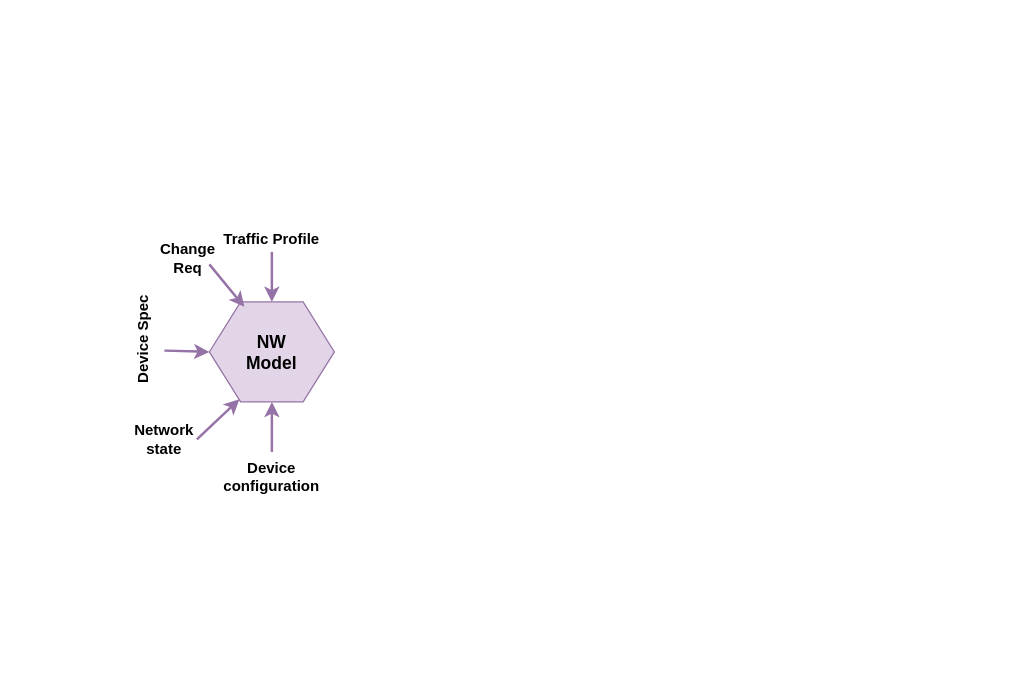
sugchand/drawio keeps this draw.io diagram as model based verification.drawio. Above is the earlier version. Source tidied: cells renumbered, new cells numbered last; positions are measured from the earlier drawing's top-left corner, leaving out a move shared by most shapes. Both pictures are drawn from the tidied source at 125%, with x=0, y=0 at pixel (80, 226). Pictures stored in the file or linked from it are replaced by grey dashed boxes.
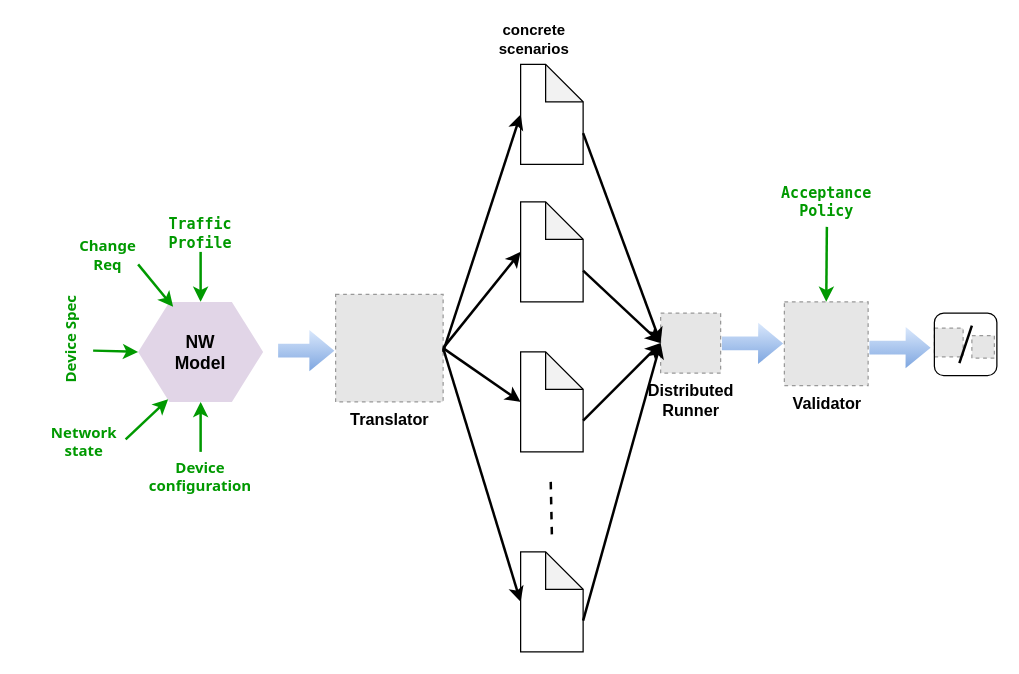
The same page after the edit.

The edit, as a diff of the source:
```diff
@@
-    <mxCell id="2" value="&lt;b style=&quot;font-size: 14px&quot;&gt;NW&lt;br&gt;Model&lt;/b&gt;" style="shape=hexagon;perimeter=hexagonPerimeter2;whiteSpace=wrap;html=1;fillColor=#e1d5e7;strokeColor=#9673a6;" parent="1" vertex="1">
-      <mxGeometry x="103" y="60" width="100" height="80" as="geometry" />
+    <mxCell id="2" value="&lt;b style=&quot;font-size: 14px&quot;&gt;NW&lt;br&gt;Model&lt;/b&gt;" style="shape=hexagon;perimeter=hexagonPerimeter2;whiteSpace=wrap;html=1;fillColor=#e1d5e7;strokeColor=none;" parent="1" vertex="1">
+      <mxGeometry x="46" y="60" width="100" height="80" as="geometry" />
     </mxCell>
-    <mxCell id="3" style="endArrow=classic;html=1;entryX=0.5;entryY=0;entryDx=0;entryDy=0;fillColor=#e1d5e7;strokeColor=#9673a6;strokeWidth=2;" parent="1" edge="1" target="2">
+    <mxCell id="3" style="endArrow=classic;html=1;entryX=0.5;entryY=0;entryDx=0;entryDy=0;fillColor=#e1d5e7;strokeColor=#009900;strokeWidth=2;" parent="1" edge="1" target="2">
       <mxGeometry relative="1" as="geometry">
-        <mxPoint x="153" y="20" as="sourcePoint" />
+        <mxPoint x="96" y="20" as="sourcePoint" />
       </mxGeometry>
     </mxCell>
-    <mxCell id="4" value="&lt;b&gt;Traffic Profile&lt;/b&gt;" style="text;html=1;strokeColor=none;fillColor=none;align=center;verticalAlign=middle;whiteSpace=wrap;rounded=0;" parent="1" vertex="1">
-      <mxGeometry x="103" width="100" height="20" as="geometry" />
+    <mxCell id="4" value="&lt;b&gt;&lt;font face=&quot;Lucida Console&quot; color=&quot;#009900&quot;&gt;Traffic Profile&lt;/font&gt;&lt;/b&gt;" style="text;html=1;strokeColor=none;fillColor=none;align=center;verticalAlign=middle;whiteSpace=wrap;rounded=0;labelBackgroundColor=#ffffff;" parent="1" vertex="1">
+      <mxGeometry x="46" y="-5" width="100" height="20" as="geometry" />
     </mxCell>
-    <mxCell id="5" style="endArrow=classic;html=1;entryX=0;entryY=0.5;entryDx=0;entryDy=0;fillColor=#e1d5e7;strokeColor=#9673a6;strokeWidth=2;exitX=0.41;exitY=1.35;exitDx=0;exitDy=0;exitPerimeter=0;" parent="1" edge="1" source="6" target="2">
+    <mxCell id="5" style="endArrow=classic;html=1;entryX=0;entryY=0.5;entryDx=0;entryDy=0;fillColor=#e1d5e7;strokeColor=#009900;strokeWidth=2;exitX=0.41;exitY=1.35;exitDx=0;exitDy=0;exitPerimeter=0;" parent="1" edge="1" source="6" target="2">
       <mxGeometry relative="1" as="geometry" />
     </mxCell>
-    <mxCell id="6" value="&lt;b&gt;Device Spec&lt;/b&gt;" style="text;html=1;strokeColor=none;fillColor=none;align=center;verticalAlign=middle;whiteSpace=wrap;rounded=0;rotation=-90;horizontal=1;textDirection=rtl;" parent="1" vertex="1">
-      <mxGeometry y="80" width="100" height="20" as="geometry" />
+    <mxCell id="6" value="&lt;b&gt;&lt;font color=&quot;#009900&quot;&gt;Device Spec&lt;/font&gt;&lt;/b&gt;" style="text;html=1;strokeColor=none;fillColor=none;align=center;verticalAlign=middle;whiteSpace=wrap;rounded=0;rotation=-90;horizontal=1;textDirection=rtl;fontFamily=Tahoma;" parent="1" vertex="1">
+      <mxGeometry x="-57" y="80" width="100" height="20" as="geometry" />
     </mxCell>
-    <mxCell id="7" style="endArrow=classic;html=1;entryX=0.5;entryY=1;entryDx=0;entryDy=0;fillColor=#e1d5e7;strokeColor=#9673a6;strokeWidth=2;" parent="1" edge="1" target="2">
+    <mxCell id="7" style="endArrow=classic;html=1;entryX=0.5;entryY=1;entryDx=0;entryDy=0;fillColor=#e1d5e7;strokeColor=#009900;strokeWidth=2;" parent="1" edge="1" target="2">
       <mxGeometry relative="1" as="geometry">
-        <mxPoint x="153" y="180" as="sourcePoint" />
+        <mxPoint x="96" y="180" as="sourcePoint" />
       </mxGeometry>
     </mxCell>
-    <mxCell id="8" value="&lt;b&gt;Device configuration&lt;/b&gt;" style="text;html=1;strokeColor=none;fillColor=none;align=center;verticalAlign=middle;whiteSpace=wrap;rounded=0;" parent="1" vertex="1">
-      <mxGeometry x="103" y="190" width="100" height="20" as="geometry" />
+    <mxCell id="8" value="&lt;b&gt;&lt;font color=&quot;#009900&quot;&gt;Device configuration&lt;/font&gt;&lt;/b&gt;" style="text;html=1;strokeColor=none;fillColor=none;align=center;verticalAlign=middle;whiteSpace=wrap;rounded=0;fontFamily=Tahoma;" parent="1" vertex="1">
+      <mxGeometry x="46" y="190" width="100" height="20" as="geometry" />
     </mxCell>
-    <mxCell id="9" style="endArrow=classic;html=1;entryX=0.24;entryY=0.975;entryDx=0;entryDy=0;fillColor=#e1d5e7;strokeColor=#9673a6;strokeWidth=2;entryPerimeter=0;" parent="1" edge="1" target="2">
+    <mxCell id="9" style="endArrow=classic;html=1;entryX=0.24;entryY=0.975;entryDx=0;entryDy=0;fillColor=#e1d5e7;strokeColor=#009900;strokeWidth=2;entryPerimeter=0;" parent="1" edge="1" target="2">
       <mxGeometry relative="1" as="geometry">
-        <mxPoint x="93" y="170" as="sourcePoint" />
+        <mxPoint x="36" y="170" as="sourcePoint" />
       </mxGeometry>
     </mxCell>
-    <mxCell id="10" value="&lt;b&gt;Network&lt;br&gt;state&lt;br&gt;&lt;/b&gt;" style="text;html=1;strokeColor=none;fillColor=none;align=center;verticalAlign=middle;whiteSpace=wrap;rounded=0;" parent="1" vertex="1">
-      <mxGeometry x="17" y="160" width="100" height="20" as="geometry" />
+    <mxCell id="10" value="&lt;b&gt;&lt;font color=&quot;#009900&quot;&gt;Network&lt;br&gt;state&lt;/font&gt;&lt;br&gt;&lt;/b&gt;" style="text;html=1;strokeColor=none;fillColor=none;align=center;verticalAlign=middle;whiteSpace=wrap;rounded=0;fontFamily=Tahoma;" parent="1" vertex="1">
+      <mxGeometry x="-47" y="162" width="100" height="20" as="geometry" />
     </mxCell>
-    <mxCell id="11" style="endArrow=classic;html=1;entryX=0.28;entryY=0.05;entryDx=0;entryDy=0;fillColor=#e1d5e7;strokeColor=#9673a6;strokeWidth=2;entryPerimeter=0;" parent="1" edge="1" target="2">
+    <mxCell id="11" style="endArrow=classic;html=1;entryX=0.28;entryY=0.05;entryDx=0;entryDy=0;fillColor=#e1d5e7;strokeColor=#009900;strokeWidth=2;entryPerimeter=0;" parent="1" edge="1" target="2">
       <mxGeometry relative="1" as="geometry">
-        <mxPoint x="103" y="30" as="sourcePoint" />
+        <mxPoint x="46" y="30" as="sourcePoint" />
       </mxGeometry>
     </mxCell>
-    <mxCell id="12" value="&lt;b&gt;Change&lt;br&gt;Req&lt;/b&gt;" style="text;html=1;strokeColor=none;fillColor=none;align=center;verticalAlign=middle;whiteSpace=wrap;rounded=0;" parent="1" vertex="1">
-      <mxGeometry x="36" y="15" width="100" height="20" as="geometry" />
+    <mxCell id="12" value="&lt;b&gt;&lt;font color=&quot;#009900&quot;&gt;Change&lt;br&gt;Req&lt;/font&gt;&lt;/b&gt;" style="text;html=1;strokeColor=none;fillColor=none;align=center;verticalAlign=middle;whiteSpace=wrap;rounded=0;fontFamily=Tahoma;" parent="1" vertex="1">
+      <mxGeometry x="-28" y="13" width="100" height="20" as="geometry" />
     </mxCell>
+    <mxCell id="13" style="shape=flexArrow;endArrow=classic;html=1;strokeWidth=2;fillColor=#dae8fc;strokeColor=none;gradientColor=#7ea6e0;" parent="1" edge="1">
+      <mxGeometry relative="1" as="geometry">
+        <mxPoint x="157" y="99" as="sourcePoint" />
+        <mxPoint x="204" y="99" as="targetPoint" />
+      </mxGeometry>
+    </mxCell>
+    <mxCell id="14" value="&lt;b&gt;&lt;font style=&quot;font-size: 13px&quot;&gt;Translator&lt;/font&gt;&lt;/b&gt;" style="fillColor=#E6E6E6;strokeColor=#999999;dashed=1;html=1;verticalAlign=top;verticalLabelPosition=bottom;labelBackgroundColor=#ffffff;" parent="1" vertex="1">
+      <mxGeometry x="204" y="54" width="86" height="86" as="geometry" />
+    </mxCell>
+    <mxCell id="15" style="shape=note;whiteSpace=wrap;html=1;backgroundOutline=1;darkOpacity=0.05;" parent="1" vertex="1">
+      <mxGeometry x="352" y="-130" width="50" height="80" as="geometry" />
+    </mxCell>
+    <mxCell id="16" style="shape=note;whiteSpace=wrap;html=1;backgroundOutline=1;darkOpacity=0.05;" parent="1" vertex="1">
+      <mxGeometry x="352" y="-20" width="50" height="80" as="geometry" />
+    </mxCell>
+    <mxCell id="17" style="shape=note;whiteSpace=wrap;html=1;backgroundOutline=1;darkOpacity=0.05;" parent="1" vertex="1">
+      <mxGeometry x="352" y="100" width="50" height="80" as="geometry" />
+    </mxCell>
+    <mxCell id="18" style="shape=note;whiteSpace=wrap;html=1;backgroundOutline=1;darkOpacity=0.05;" parent="1" vertex="1">
+      <mxGeometry x="352" y="260" width="50" height="80" as="geometry" />
+    </mxCell>
+    <mxCell id="19" style="endArrow=none;dashed=1;html=1;strokeWidth=2;" parent="1" edge="1">
+      <mxGeometry relative="1" as="geometry">
+        <mxPoint x="377" y="246" as="sourcePoint" />
+        <mxPoint x="376" y="200" as="targetPoint" />
+      </mxGeometry>
+    </mxCell>
+    <mxCell id="20" value="&lt;b&gt;concrete scenarios&lt;/b&gt;" style="text;html=1;strokeColor=none;fillColor=none;align=center;verticalAlign=middle;whiteSpace=wrap;rounded=0;" parent="1" vertex="1">
+      <mxGeometry x="313" y="-160" width="100" height="20" as="geometry" />
+    </mxCell>
+    <mxCell id="21" style="endArrow=classic;html=1;strokeWidth=2;entryX=0;entryY=0.5;entryDx=0;entryDy=0;entryPerimeter=0;" parent="1" edge="1" target="15">
+      <mxGeometry relative="1" as="geometry">
+        <mxPoint x="290" y="100" as="sourcePoint" />
+      </mxGeometry>
+    </mxCell>
+    <mxCell id="22" style="endArrow=classic;html=1;strokeWidth=2;entryX=0;entryY=0.5;entryDx=0;entryDy=0;entryPerimeter=0;exitX=1;exitY=0.5;exitDx=0;exitDy=0;" parent="1" edge="1" source="14" target="16">
+      <mxGeometry relative="1" as="geometry" />
+    </mxCell>
+    <mxCell id="23" style="endArrow=classic;html=1;strokeWidth=2;exitX=1;exitY=0.5;exitDx=0;exitDy=0;entryX=0;entryY=0.5;entryDx=0;entryDy=0;entryPerimeter=0;" parent="1" edge="1" source="14" target="17">
+      <mxGeometry relative="1" as="geometry" />
+    </mxCell>
+    <mxCell id="24" style="endArrow=classic;html=1;strokeWidth=2;exitX=1;exitY=0.5;exitDx=0;exitDy=0;entryX=0;entryY=0.5;entryDx=0;entryDy=0;entryPerimeter=0;" parent="1" edge="1" source="14" target="18">
+      <mxGeometry relative="1" as="geometry" />
+    </mxCell>
+    <mxCell id="25" value="&lt;b style=&quot;font-size: 13px&quot;&gt;Distributed&lt;br&gt;Runner&lt;/b&gt;" style="fillColor=#E6E6E6;strokeColor=#999999;dashed=1;html=1;verticalAlign=top;verticalLabelPosition=bottom;labelBackgroundColor=#ffffff;" parent="1" vertex="1">
+      <mxGeometry x="464" y="69" width="48" height="48" as="geometry" />
+    </mxCell>
+    <mxCell id="26" style="endArrow=classic;html=1;strokeWidth=2;entryX=0;entryY=0.5;entryDx=0;entryDy=0;exitX=0;exitY=0;exitDx=50;exitDy=55;exitPerimeter=0;" parent="1" edge="1" source="15" target="25">
+      <mxGeometry relative="1" as="geometry" />
+    </mxCell>
+    <mxCell id="27" style="endArrow=classic;html=1;strokeWidth=2;entryX=0;entryY=0.5;entryDx=0;entryDy=0;exitX=0;exitY=0;exitDx=50;exitDy=55;exitPerimeter=0;" parent="1" edge="1" source="16" target="25">
+      <mxGeometry relative="1" as="geometry" />
+    </mxCell>
+    <mxCell id="28" style="endArrow=classic;html=1;strokeWidth=2;entryX=0;entryY=0.5;entryDx=0;entryDy=0;exitX=0;exitY=0;exitDx=50;exitDy=55;exitPerimeter=0;" parent="1" edge="1" source="17" target="25">
+      <mxGeometry relative="1" as="geometry" />
+    </mxCell>
+    <mxCell id="29" style="endArrow=classic;html=1;strokeWidth=2;entryX=0;entryY=0.5;entryDx=0;entryDy=0;exitX=0;exitY=0;exitDx=50;exitDy=55;exitPerimeter=0;" parent="1" edge="1" source="18" target="25">
+      <mxGeometry relative="1" as="geometry" />
+    </mxCell>
+    <mxCell id="30" value="&lt;b&gt;&lt;font style=&quot;font-size: 13px&quot;&gt;Validator&lt;/font&gt;&lt;/b&gt;" style="fillColor=#E6E6E6;strokeColor=#999999;dashed=1;html=1;verticalAlign=top;verticalLabelPosition=bottom;labelBackgroundColor=#ffffff;" parent="1" vertex="1">
+      <mxGeometry x="563" y="60" width="67" height="67" as="geometry" />
+    </mxCell>
+    <mxCell id="31" style="shape=flexArrow;endArrow=classic;html=1;strokeWidth=2;fillColor=#dae8fc;strokeColor=none;gradientColor=#7ea6e0;" parent="1" edge="1" source="25" target="30">
+      <mxGeometry relative="1" as="geometry" />
+    </mxCell>
+    <mxCell id="32" value="&lt;b&gt;&lt;font face=&quot;Lucida Console&quot; color=&quot;#009900&quot;&gt;Acceptance&lt;br&gt;Policy&lt;br&gt;&lt;/font&gt;&lt;/b&gt;" style="text;html=1;strokeColor=none;fillColor=none;align=center;verticalAlign=middle;whiteSpace=wrap;rounded=0;labelBackgroundColor=#ffffff;" parent="1" vertex="1">
+      <mxGeometry x="546.5" y="-30" width="100" height="20" as="geometry" />
+    </mxCell>
+    <mxCell id="33" style="endArrow=classic;html=1;fillColor=#e1d5e7;strokeColor=#009900;strokeWidth=2;entryX=0.5;entryY=0;entryDx=0;entryDy=0;" parent="1" edge="1" target="30">
+      <mxGeometry relative="1" as="geometry">
+        <mxPoint x="597" as="sourcePoint" />
+      </mxGeometry>
+    </mxCell>
+    <mxCell id="34" style="shape=flexArrow;endArrow=classic;html=1;strokeWidth=2;fillColor=#dae8fc;strokeColor=none;gradientColor=#7ea6e0;" parent="1" edge="1">
+      <mxGeometry relative="1" as="geometry">
+        <mxPoint x="630" y="96.5" as="sourcePoint" />
+        <mxPoint x="681" y="96.7" as="targetPoint" />
+      </mxGeometry>
+    </mxCell>
+    <mxCell id="35" style="fillColor=#E6E6E6;strokeColor=#999999;dashed=1;html=1;verticalAlign=top;verticalLabelPosition=bottom;labelBackgroundColor=#ffffff;fontFamily=Tahoma;" parent="1" vertex="1">
+      <mxGeometry x="683" y="81" width="23" height="23" as="geometry" />
+    </mxCell>
+    <mxCell id="36" style="fillColor=#E6E6E6;strokeColor=#999999;dashed=1;html=1;verticalAlign=top;verticalLabelPosition=bottom;labelBackgroundColor=#ffffff;fontFamily=Tahoma;" parent="1" vertex="1">
+      <mxGeometry x="713" y="87" width="18" height="18" as="geometry" />
+    </mxCell>
+    <mxCell id="37" style="endArrow=none;html=1;strokeColor=#000000;strokeWidth=2;fontFamily=Tahoma;" parent="1" edge="1">
+      <mxGeometry relative="1" as="geometry">
+        <mxPoint x="703" y="109" as="sourcePoint" />
+        <mxPoint x="713" y="79" as="targetPoint" />
+      </mxGeometry>
+    </mxCell>
+    <mxCell id="38" style="rounded=1;whiteSpace=wrap;html=1;labelBackgroundColor=#CCCCCC;fontFamily=Tahoma;fillColor=none;" parent="1" vertex="1">
+      <mxGeometry x="683" y="69" width="50" height="50" as="geometry" />
+    </mxCell>
```
